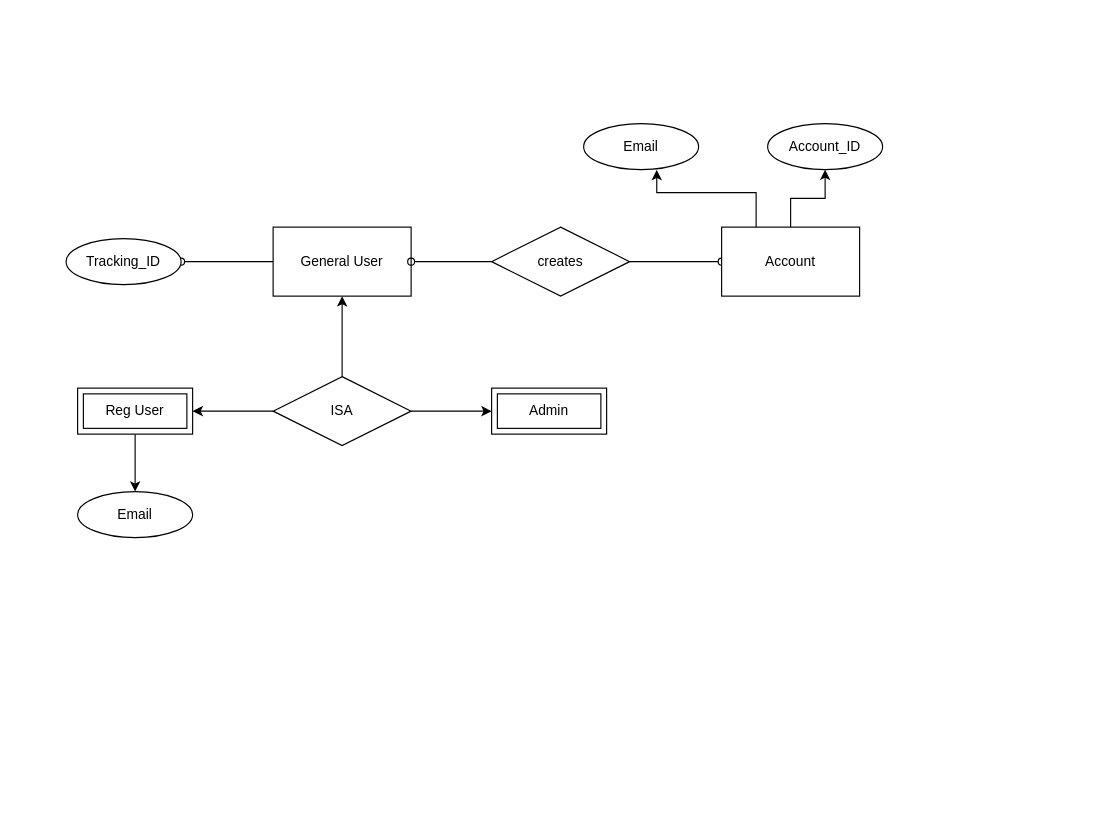
Before: Diagrams/Test.drawio in isaipd20/Diagrams, a draw.io diagram. Source tidied: cells renumbered, new cells numbered last; positions are measured from the earlier drawing's top-left corner, leaving out a move shared by most shapes. Both pictures are drawn from the tidied source at 115%, with x=0, y=0 at pixel (66, 123).
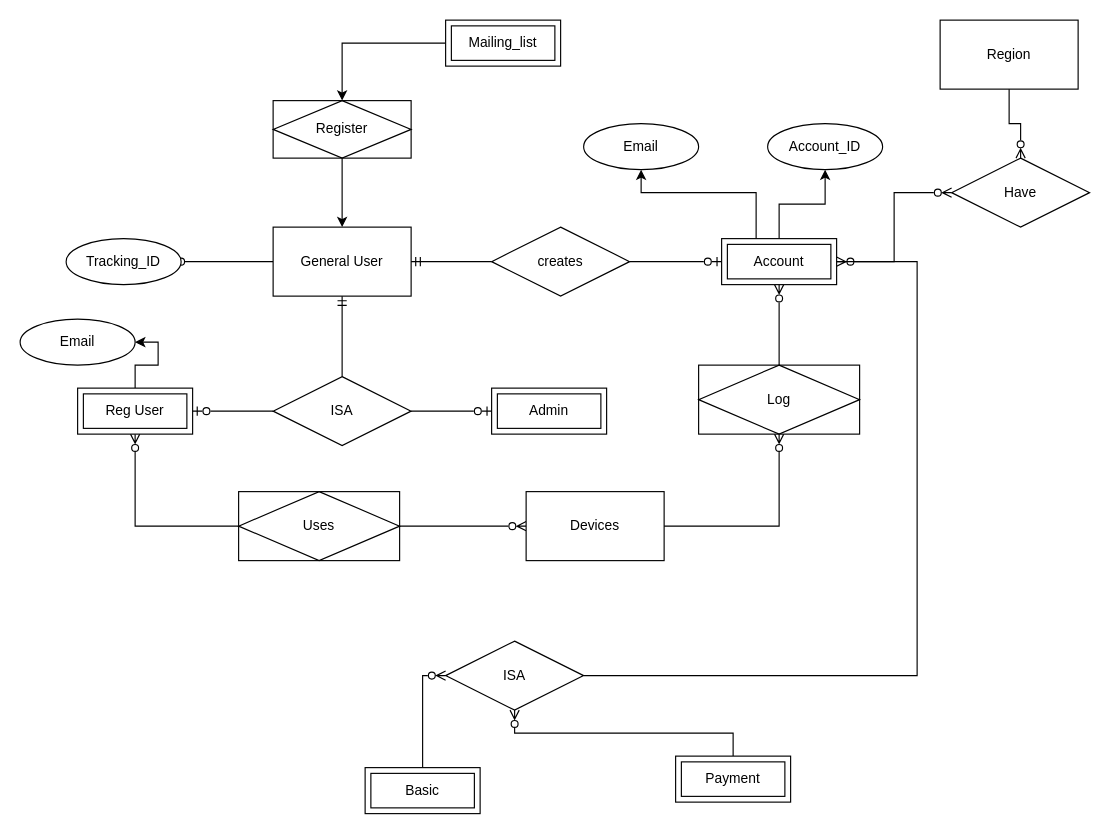
The same diagram, later.

Unchanged cells that the change refers to:
```xml
<mxCell id="3" value="General User" style="rounded=0;whiteSpace=wrap;html=1;" parent="1" vertex="1">
  <mxGeometry x="180" y="90" width="120" height="60" as="geometry" />
</mxCell>
<mxCell id="5" value="Reg User" style="shape=ext;margin=3;double=1;whiteSpace=wrap;html=1;align=center;" parent="1" vertex="1">
  <mxGeometry x="10" y="230" width="100" height="40" as="geometry" />
</mxCell>
<mxCell id="6" value="Admin" style="shape=ext;margin=3;double=1;whiteSpace=wrap;html=1;align=center;" parent="1" vertex="1">
  <mxGeometry x="370" y="230" width="100" height="40" as="geometry" />
</mxCell>
<mxCell id="10" value="ISA" style="shape=rhombus;perimeter=rhombusPerimeter;whiteSpace=wrap;html=1;align=center;" parent="1" vertex="1">
  <mxGeometry x="180" y="220" width="120" height="60" as="geometry" />
</mxCell>
<mxCell id="13" value="creates" style="shape=rhombus;perimeter=rhombusPerimeter;whiteSpace=wrap;html=1;align=center;" parent="1" vertex="1">
  <mxGeometry x="370" y="90" width="120" height="60" as="geometry" />
</mxCell>
<mxCell id="18" value="Email" style="ellipse;whiteSpace=wrap;html=1;align=center;" parent="1" vertex="1">
  <mxGeometry x="450" width="100" height="40" as="geometry" />
</mxCell>
<mxCell id="19" value="Account_ID" style="ellipse;whiteSpace=wrap;html=1;align=center;" parent="1" vertex="1">
  <mxGeometry x="610" width="100" height="40" as="geometry" />
</mxCell>
```

Diff of the diagram source:
```diff
@@
-    <mxCell id="4" style="edgeStyle=orthogonalEdgeStyle;rounded=0;jettySize=auto;html=1;entryX=0.5;entryY=0;entryDx=0;entryDy=0;startArrow=none;startFill=0;endArrow=classic;endFill=1;" parent="1" edge="1" source="5" target="20">
+    <mxCell id="4" style="edgeStyle=orthogonalEdgeStyle;rounded=0;jettySize=auto;html=1;entryX=1;entryY=0.5;entryDx=0;entryDy=0;startArrow=none;startFill=0;endArrow=classic;endFill=1;" parent="1" edge="1" source="5" target="20">
       <mxGeometry relative="1" as="geometry" />
     </mxCell>
+    <mxCell id="21" style="edgeStyle=orthogonalEdgeStyle;rounded=0;jettySize=auto;html=1;entryX=0;entryY=0.5;entryDx=0;entryDy=0;startArrow=ERzeroToMany;startFill=0;endArrow=none;endFill=0;exitX=0.5;exitY=1;exitDx=0;exitDy=0;" parent="1" edge="1" source="5" target="30">
+      <mxGeometry relative="1" as="geometry" />
+    </mxCell>
@@
-    <mxCell id="7" style="edgeStyle=orthogonalEdgeStyle;rounded=0;jettySize=auto;html=1;entryX=0.5;entryY=1;entryDx=0;entryDy=0;" parent="1" edge="1" source="10" target="3">
+    <mxCell id="7" style="edgeStyle=orthogonalEdgeStyle;rounded=0;jettySize=auto;html=1;entryX=0.5;entryY=1;entryDx=0;entryDy=0;endArrow=ERmandOne;endFill=0;" parent="1" edge="1" source="10" target="3">
       <mxGeometry relative="1" as="geometry" />
     </mxCell>
-    <mxCell id="8" style="edgeStyle=orthogonalEdgeStyle;rounded=0;jettySize=auto;html=1;entryX=1;entryY=0.5;entryDx=0;entryDy=0;" parent="1" edge="1" source="10" target="5">
+    <mxCell id="8" style="edgeStyle=orthogonalEdgeStyle;rounded=0;jettySize=auto;html=1;entryX=1;entryY=0.5;entryDx=0;entryDy=0;endArrow=ERzeroToOne;endFill=0;" parent="1" edge="1" source="10" target="5">
       <mxGeometry relative="1" as="geometry" />
     </mxCell>
-    <mxCell id="9" style="edgeStyle=orthogonalEdgeStyle;rounded=0;jettySize=auto;html=1;entryX=0;entryY=0.5;entryDx=0;entryDy=0;" parent="1" edge="1" source="10" target="6">
+    <mxCell id="9" style="edgeStyle=orthogonalEdgeStyle;rounded=0;jettySize=auto;html=1;entryX=0;entryY=0.5;entryDx=0;entryDy=0;endArrow=ERzeroToOne;endFill=0;" parent="1" edge="1" source="10" target="6">
       <mxGeometry relative="1" as="geometry" />
     </mxCell>
@@
+    <mxCell id="12" style="edgeStyle=none;rounded=0;jettySize=auto;html=1;endArrow=ERmandOne;endFill=0;startArrow=none;startFill=0;" parent="1" edge="1" source="13" target="3">
+      <mxGeometry relative="1" as="geometry" />
+    </mxCell>
-    <mxCell id="11" style="rounded=0;jettySize=auto;html=1;endArrow=oval;endFill=0;entryX=0;entryY=0.5;entryDx=0;entryDy=0;" parent="1" edge="1" source="13" target="16">
+    <mxCell id="11" style="edgeStyle=orthogonalEdgeStyle;rounded=0;jettySize=auto;html=1;entryX=0;entryY=0.5;entryDx=0;entryDy=0;startArrow=none;startFill=0;endArrow=ERzeroToOne;endFill=0;" parent="1" edge="1" source="13" target="16">
       <mxGeometry relative="1" as="geometry" />
     </mxCell>
-    <mxCell id="12" style="edgeStyle=none;rounded=0;jettySize=auto;html=1;endArrow=oval;endFill=0;startArrow=none;startFill=0;" parent="1" edge="1" source="13" target="3">
-      <mxGeometry relative="1" as="geometry" />
-    </mxCell>
@@
-    <mxCell id="14" style="edgeStyle=orthogonalEdgeStyle;rounded=0;jettySize=auto;html=1;entryX=0.5;entryY=1;entryDx=0;entryDy=0;startArrow=none;startFill=0;endArrow=classic;endFill=1;" parent="1" edge="1" source="16" target="19">
+    <mxCell id="14" style="edgeStyle=orthogonalEdgeStyle;rounded=0;jettySize=auto;html=1;entryX=0.5;entryY=1;entryDx=0;entryDy=0;startArrow=none;startFill=0;endArrow=classic;endFill=1;exitX=0.5;exitY=0;exitDx=0;exitDy=0;" parent="1" edge="1" source="16" target="19">
       <mxGeometry relative="1" as="geometry" />
     </mxCell>
-    <mxCell id="15" style="edgeStyle=orthogonalEdgeStyle;rounded=0;jettySize=auto;html=1;entryX=0.636;entryY=1.005;entryDx=0;entryDy=0;entryPerimeter=0;startArrow=none;startFill=0;endArrow=classic;endFill=1;" parent="1" edge="1" source="16" target="18">
+    <mxCell id="15" style="edgeStyle=orthogonalEdgeStyle;rounded=0;jettySize=auto;html=1;entryX=0.5;entryY=1;entryDx=0;entryDy=0;startArrow=none;startFill=0;endArrow=classic;endFill=1;exitX=0.25;exitY=0;exitDx=0;exitDy=0;" parent="1" edge="1" source="16" target="18">
       <mxGeometry relative="1" as="geometry">
         <Array as="points">
+          <mxPoint x="595" y="110" />
+          <mxPoint x="600" y="110" />
           <mxPoint x="600" y="60" />
-          <mxPoint x="514" y="60" />
+          <mxPoint x="500" y="60" />
         </Array>
       </mxGeometry>
     </mxCell>
-    <mxCell id="16" value="Account" style="rounded=0;whiteSpace=wrap;html=1;" parent="1" vertex="1">
-      <mxGeometry x="570" y="90" width="120" height="60" as="geometry" />
-    </mxCell>
@@
     <mxCell id="20" value="Email" style="ellipse;whiteSpace=wrap;html=1;align=center;" parent="1" vertex="1">
-      <mxGeometry x="10" y="320" width="100" height="40" as="geometry" />
+      <mxGeometry x="-40" y="170" width="100" height="40" as="geometry" />
     </mxCell>
+    <mxCell id="22" style="edgeStyle=orthogonalEdgeStyle;rounded=0;jettySize=auto;html=1;entryX=0.5;entryY=0;entryDx=0;entryDy=0;startArrow=none;startFill=0;endArrow=classic;endFill=1;exitX=0.5;exitY=1;exitDx=0;exitDy=0;" parent="1" edge="1" source="25" target="3">
+      <mxGeometry relative="1" as="geometry" />
+    </mxCell>
+    <mxCell id="23" style="edgeStyle=orthogonalEdgeStyle;rounded=0;jettySize=auto;html=1;entryX=0.5;entryY=0;entryDx=0;entryDy=0;startArrow=none;startFill=0;endArrow=classic;endFill=1;" parent="1" edge="1" source="24" target="25">
+      <mxGeometry relative="1" as="geometry" />
+    </mxCell>
+    <mxCell id="24" value="Mailing_list" style="shape=ext;margin=3;double=1;whiteSpace=wrap;html=1;align=center;" parent="1" vertex="1">
+      <mxGeometry x="330" y="-90" width="100" height="40" as="geometry" />
+    </mxCell>
+    <mxCell id="25" value="Register" style="shape=associativeEntity;whiteSpace=wrap;html=1;align=center;" parent="1" vertex="1">
+      <mxGeometry x="180" y="-20" width="120" height="50" as="geometry" />
+    </mxCell>
+    <mxCell id="26" style="edgeStyle=orthogonalEdgeStyle;rounded=0;jettySize=auto;html=1;entryX=0.5;entryY=0;entryDx=0;entryDy=0;startArrow=ERzeroToMany;startFill=0;endArrow=none;endFill=0;" parent="1" edge="1" source="16" target="32">
+      <mxGeometry relative="1" as="geometry" />
+    </mxCell>
+    <mxCell id="27" style="edgeStyle=orthogonalEdgeStyle;rounded=0;jettySize=auto;html=1;exitX=1;exitY=0.5;exitDx=0;exitDy=0;startArrow=ERzeroToMany;startFill=0;endArrow=none;endFill=0;entryX=1;entryY=0.5;entryDx=0;entryDy=0;" parent="1" edge="1" source="16" target="35">
+      <mxGeometry relative="1" as="geometry">
+        <Array as="points">
+          <mxPoint x="740" y="120" />
+          <mxPoint x="740" y="480" />
+        </Array>
+      </mxGeometry>
+    </mxCell>
+    <mxCell id="16" value="Account" style="shape=ext;margin=3;double=1;whiteSpace=wrap;html=1;align=center;" parent="1" vertex="1">
+      <mxGeometry x="570" y="100" width="100" height="40" as="geometry" />
+    </mxCell>
+    <mxCell id="28" style="edgeStyle=orthogonalEdgeStyle;rounded=0;jettySize=auto;html=1;entryX=1;entryY=0.5;entryDx=0;entryDy=0;startArrow=ERzeroToMany;startFill=0;endArrow=none;endFill=0;" parent="1" edge="1" source="29" target="30">
+      <mxGeometry relative="1" as="geometry" />
+    </mxCell>
+    <mxCell id="29" value="Devices" style="rounded=0;whiteSpace=wrap;html=1;" parent="1" vertex="1">
+      <mxGeometry x="400" y="320" width="120" height="60" as="geometry" />
+    </mxCell>
+    <mxCell id="30" value="Uses" style="shape=associativeEntity;whiteSpace=wrap;html=1;align=center;" parent="1" vertex="1">
+      <mxGeometry x="150" y="320" width="140" height="60" as="geometry" />
+    </mxCell>
+    <mxCell id="31" style="edgeStyle=orthogonalEdgeStyle;rounded=0;jettySize=auto;html=1;startArrow=ERzeroToMany;startFill=0;endArrow=none;endFill=0;exitX=0.5;exitY=1;exitDx=0;exitDy=0;entryX=1;entryY=0.5;entryDx=0;entryDy=0;" parent="1" edge="1" source="32" target="29">
+      <mxGeometry relative="1" as="geometry">
+        <Array as="points">
+          <mxPoint x="620" y="350" />
+        </Array>
+      </mxGeometry>
+    </mxCell>
+    <mxCell id="32" value="Log" style="shape=associativeEntity;whiteSpace=wrap;html=1;align=center;" parent="1" vertex="1">
+      <mxGeometry x="550" y="210" width="140" height="60" as="geometry" />
+    </mxCell>
+    <mxCell id="33" style="edgeStyle=orthogonalEdgeStyle;rounded=0;jettySize=auto;html=1;exitX=0.5;exitY=1;exitDx=0;exitDy=0;entryX=0.5;entryY=0;entryDx=0;entryDy=0;startArrow=ERzeroToMany;startFill=0;endArrow=none;endFill=0;" parent="1" edge="1" source="35" target="36">
+      <mxGeometry relative="1" as="geometry" />
+    </mxCell>
+    <mxCell id="34" style="edgeStyle=orthogonalEdgeStyle;rounded=0;jettySize=auto;html=1;exitX=0;exitY=0.5;exitDx=0;exitDy=0;entryX=0.5;entryY=0;entryDx=0;entryDy=0;startArrow=ERzeroToMany;startFill=0;endArrow=none;endFill=0;" parent="1" edge="1" source="35" target="37">
+      <mxGeometry relative="1" as="geometry" />
+    </mxCell>
+    <mxCell id="35" value="ISA" style="shape=rhombus;perimeter=rhombusPerimeter;whiteSpace=wrap;html=1;align=center;" parent="1" vertex="1">
+      <mxGeometry x="330" y="450" width="120" height="60" as="geometry" />
+    </mxCell>
+    <mxCell id="36" value="Payment" style="shape=ext;margin=3;double=1;whiteSpace=wrap;html=1;align=center;" parent="1" vertex="1">
+      <mxGeometry x="530" y="550" width="100" height="40" as="geometry" />
+    </mxCell>
+    <mxCell id="37" value="Basic" style="shape=ext;margin=3;double=1;whiteSpace=wrap;html=1;align=center;" parent="1" vertex="1">
+      <mxGeometry x="260" y="560" width="100" height="40" as="geometry" />
+    </mxCell>
+    <mxCell id="38" value="Region" style="rounded=0;whiteSpace=wrap;html=1;" parent="1" vertex="1">
+      <mxGeometry x="760" y="-90" width="120" height="60" as="geometry" />
+    </mxCell>
+    <mxCell id="39" style="edgeStyle=orthogonalEdgeStyle;rounded=0;jettySize=auto;html=1;entryX=0.5;entryY=1;entryDx=0;entryDy=0;startArrow=ERzeroToMany;startFill=0;endArrow=none;endFill=0;" parent="1" edge="1" source="41" target="38">
+      <mxGeometry relative="1" as="geometry" />
+    </mxCell>
+    <mxCell id="40" style="edgeStyle=orthogonalEdgeStyle;rounded=0;jettySize=auto;html=1;entryX=1;entryY=0.5;entryDx=0;entryDy=0;startArrow=ERzeroToMany;startFill=0;endArrow=none;endFill=0;" parent="1" edge="1" source="41" target="16">
+      <mxGeometry relative="1" as="geometry" />
+    </mxCell>
+    <mxCell id="41" value="Have" style="shape=rhombus;perimeter=rhombusPerimeter;whiteSpace=wrap;html=1;align=center;" parent="1" vertex="1">
+      <mxGeometry x="770" y="30" width="120" height="60" as="geometry" />
+    </mxCell>
```
